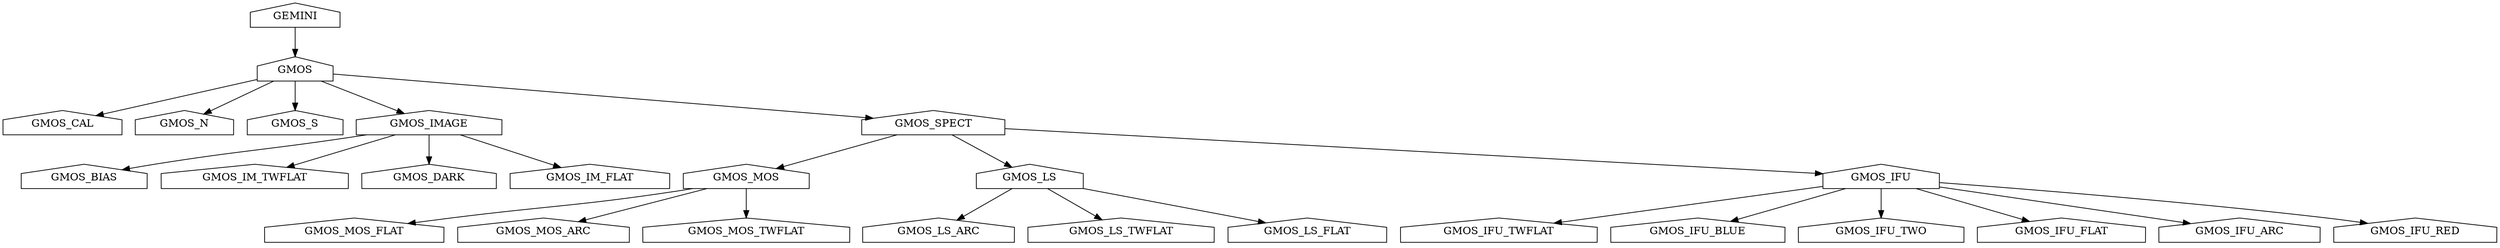
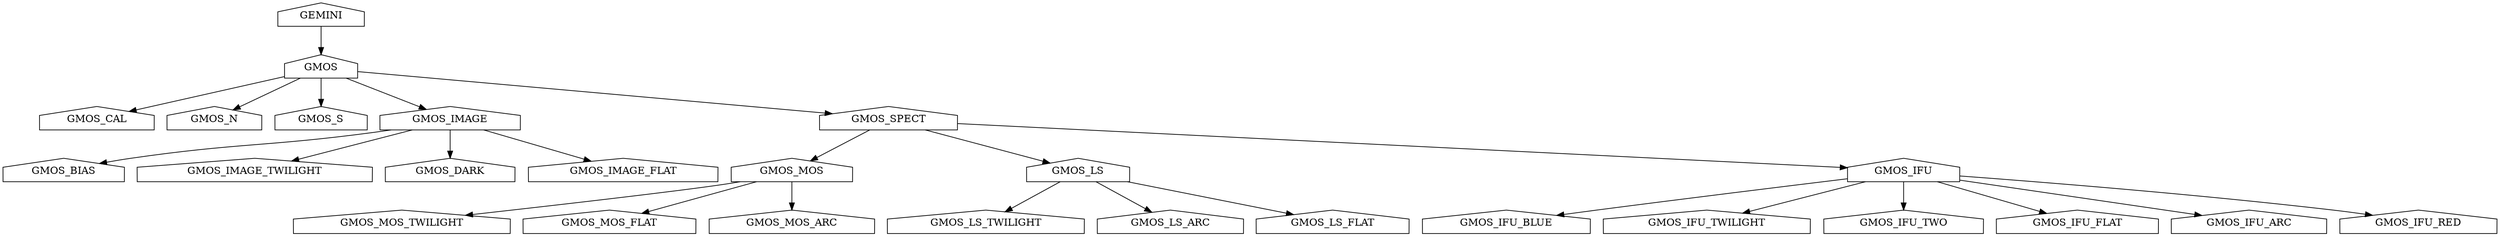
digraph GEMINI_Type_Graph {
	node [label="\N"];
- 	graph [bb="0,0,2778,324"];
- 	GMOS_IFU_TWFLAT [URL="GMOS-tree-pd.svg", shape=house, tooltip="ADCONFIG_Gemini/classifications/types/gmos/gemdtype.GMOS_IFU_TWFLAT.py", pos="1674,18", width="3.00", height="0.50"];
- 	GMOS [URL="GMOS-tree-pd.svg", shape=house, tooltip="ADCONFIG_Gemini/classifications/types/gmos/gemdtype.GMOS.py", pos="329,234", width="1.14", height="0.50"];
- 	GMOS_CAL [URL="GMOS-tree-pd.svg", shape=house, tooltip="ADCONFIG_Gemini/classifications/types/gmos/gemdtype.GMOS_CAL.py", pos="66,162", width="1.83", height="0.50"];
- 	GMOS_IFU_BLUE [URL="GMOS-tree-pd.svg", shape=house, tooltip="ADCONFIG_Gemini/classifications/types/gmos/gemdtype.GMOS_IFU_BLUE.py", pos="1894,18", width="2.61", height="0.50"];
- 	GMOS_BIAS [URL="GMOS-tree-pd.svg", shape=house, tooltip="ADCONFIG_Gemini/classifications/types/gmos/gemdtype.GMOS_BIAS.py", pos="92,90", width="1.92", height="0.50"];
- 	GMOS_MOS [URL="GMOS-tree-pd.svg", shape=house, tooltip="ADCONFIG_Gemini/classifications/types/gmos/gemdtype.GMOS_MOS.py", pos="832,90", width="1.92", height="0.50"];
- 	GEMINI [URL="GEMINI-tree-pd.svg", shape=house, tooltip="ADCONFIG_Gemini/classifications/types/gemdtype.GEMINI.py", pos="329,306", width="1.31", height="0.50"];
- 	GMOS_LS [URL="GMOS-tree-pd.svg", shape=house, tooltip="ADCONFIG_Gemini/classifications/types/gmos/gemdtype.GMOS_LS.py", pos="1150,90", width="1.61", height="0.50"];
- 	GMOS_IFU_TWO [URL="GMOS-tree-pd.svg", shape=house, tooltip="ADCONFIG_Gemini/classifications/types/gmos/gemdtype.GMOS_IFU_TWO.py", pos="2098,18", width="2.56", height="0.50"];
- 	GMOS_MOS_FLAT [URL="GMOS-tree-pd.svg", shape=house, tooltip="ADCONFIG_Gemini/classifications/types/gmos/gemdtype.GMOS_MOS_FLAT.py", pos="396,18", width="2.72", height="0.50"];
- 	GMOS_MOS_ARC [URL="GMOS-tree-pd.svg", shape=house, tooltip="ADCONFIG_Gemini/classifications/types/gmos/gemdtype.GMOS_MOS_ARC.py", pos="606,18", width="2.61", height="0.50"];
- 	GMOS_IFU_FLAT [URL="GMOS-tree-pd.svg", shape=house, tooltip="ADCONFIG_Gemini/classifications/types/gmos/gemdtype.GMOS_IFU_FLAT.py", pos="2299,18", width="2.53", height="0.50"];
- 	GMOS_MOS_TWFLAT [URL="GMOS-tree-pd.svg", shape=house, tooltip="ADCONFIG_Gemini/classifications/types/gmos/gemdtype.GMOS_MOS_TWFLAT.py", pos="832,18", width="3.17", height="0.50"];
- 	GMOS_LS_ARC [URL="GMOS-tree-pd.svg", shape=house, tooltip="ADCONFIG_Gemini/classifications/types/gmos/gemdtype.GMOS_LS_ARC.py", pos="1047,18", width="2.31", height="0.50"];
- 	GMOS_IM_TWFLAT [URL="GMOS-tree-pd.svg", shape=house, tooltip="ADCONFIG_Gemini/classifications/types/gmos/gemdtype.GMOS_IM_TWFLAT.py", pos="283,90", width="2.89", height="0.50"];
- 	GMOS_LS_TWFLAT [URL="GMOS-tree-pd.svg", shape=house, tooltip="ADCONFIG_Gemini/classifications/types/gmos/gemdtype.GMOS_LS_TWFLAT.py", pos="1252,18", width="2.89", height="0.50"];
- 	GMOS_N [URL="GMOS-tree-pd.svg", shape=house, tooltip="ADCONFIG_Gemini/classifications/types/gmos/gemdtype.GMOS_N.py", pos="204,162", width="1.50", height="0.50"];
- 	GMOS_LS_FLAT [URL="GMOS-tree-pd.svg", shape=house, tooltip="ADCONFIG_Gemini/classifications/types/gmos/gemdtype.GMOS_LS_FLAT.py", pos="1461,18", width="2.42", height="0.50"];
- 	GMOS_S [URL="GMOS-tree-pd.svg", shape=house, tooltip="ADCONFIG_Gemini/classifications/types/gmos/gemdtype.GMOS_S.py", pos="329,162", width="1.47", height="0.50"];
- 	GMOS_IMAGE [URL="GMOS-tree-pd.svg", shape=house, tooltip="ADCONFIG_Gemini/classifications/types/gmos/gemdtype.GMOS_IMAGE.py", pos="479,162", width="2.19", height="0.50"];
- 	GMOS_IFU_ARC [URL="GMOS-tree-pd.svg", shape=house, tooltip="ADCONFIG_Gemini/classifications/types/gmos/gemdtype.GMOS_IFU_ARC.py", pos="2495,18", width="2.42", height="0.50"];
- 	GMOS_IFU [URL="GMOS-tree-pd.svg", shape=house, tooltip="ADCONFIG_Gemini/classifications/types/gmos/gemdtype.GMOS_IFU.py", pos="2098,90", width="1.72", height="0.50"];
- 	GMOS_DARK [URL="GMOS-tree-pd.svg", shape=house, tooltip="ADCONFIG_Gemini/classifications/types/gmos/gemdtype.GMOS_DARK.py", pos="479,90", width="2.06", height="0.50"];
- 	GMOS_IFU_RED [URL="GMOS-tree-pd.svg", shape=house, tooltip="ADCONFIG_Gemini/classifications/types/gmos/gemdtype.GMOS_IFU_RED.py", pos="2689,18", width="2.47", height="0.50"];
- 	GMOS_SPECT [URL="GMOS-tree-pd.svg", shape=house, tooltip="ADCONFIG_Gemini/classifications/types/gmos/gemdtype.GMOS_SPECT.py", pos="1042,162", width="2.17", height="0.50"];
- 	GMOS_IM_FLAT [URL="GMOS-tree-pd.svg", shape=house, tooltip="ADCONFIG_Gemini/classifications/types/gmos/gemdtype.GMOS_IM_FLAT.py", pos="658,90", width="2.42", height="0.50"];
- 	GMOS_IMAGE -> GMOS_IM_FLAT [pos="e,625,103 515,147 544,135 585,119 615,107"];
- 	GMOS_MOS -> GMOS_MOS_ARC [pos="e,646,31 786,75 748,63 695,46 656,34"];
- 	GEMINI -> GMOS [pos="e,329,252 329,291 329,283 329,272 329,262"];
- 	GMOS_IFU -> GMOS_IFU_TWFLAT [pos="e,1738,29 2036,79 1959,66 1829,44 1748,31"];
- 	GMOS_LS -> GMOS_LS_ARC [pos="e,1068,33 1129,75 1114,65 1093,50 1076,39"];
- 	GMOS_MOS -> GMOS_MOS_FLAT [pos="e,457,28 771,75 765,74 760,73 754,72 643,51 614,53 503,36 491,34 479,32 467,30"];
- 	GMOS_IFU -> GMOS_IFU_RED [pos="e,2635,28 2160,84 2254,76 2436,58 2591,36 2602,34 2613,32 2625,30"];
- 	GMOS_LS -> GMOS_LS_FLAT [pos="e,1413,29 1208,77 1264,64 1347,44 1403,31"];
- 	GMOS_IFU -> GMOS_IFU_BLUE [pos="e,1931,31 2057,75 2023,63 1976,46 1941,34"];
- 	GMOS_IMAGE -> GMOS_BIAS [pos="e,135,100 409,147 403,146 397,145 391,144 294,126 268,127 170,108 162,107 153,105 145,102"];
- 	GMOS -> GMOS_IMAGE [pos="e,450,176 359,219 383,207 416,192 441,180"];
- 	GMOS -> GMOS_S [pos="e,329,180 329,219 329,211 329,200 329,190"];
- 	GMOS_LS -> GMOS_LS_TWFLAT [pos="e,1230,33 1171,75 1185,65 1205,51 1222,39"];
- 	GMOS_IFU -> GMOS_IFU_ARC [pos="e,2440,28 2160,79 2221,68 2316,51 2399,36 2409,34 2420,32 2430,30"];
- 	GMOS_SPECT -> GMOS_LS [pos="e,1129,104 1064,147 1080,136 1103,121 1121,109"];
- 	GMOS_SPECT -> GMOS_MOS [pos="e,867,102 1000,147 964,135 913,117 877,105"];
- 	GMOS -> GMOS_CAL [pos="e,105,173 288,223 241,210 165,189 115,176"];
- 	GMOS_IFU -> GMOS_IFU_TWO [pos="e,2098,36 2098,75 2098,67 2098,56 2098,46"];
- 	GMOS_MOS -> GMOS_MOS_TWFLAT [pos="e,832,36 832,75 832,67 832,56 832,46"];
- 	GMOS -> GMOS_SPECT [pos="e,973,169 370,230 485,218 812,186 963,170"];
- 	GMOS_IMAGE -> GMOS_DARK [pos="e,479,108 479,147 479,139 479,128 479,118"];
- 	GMOS_SPECT -> GMOS_IFU [pos="e,2036,94 1120,157 1317,143 1835,108 2026,95"];
- 	GMOS_IFU -> GMOS_IFU_FLAT [pos="e,2262,31 2139,75 2172,63 2218,46 2252,34"];
- 	GMOS_IMAGE -> GMOS_IM_TWFLAT [pos="e,320,104 439,147 407,135 363,119 330,107"];
- 	GMOS -> GMOS_N [pos="e,227,175 304,219 284,208 257,192 236,180"];
+ 	graph [bb="0,0,2877,324"];
+ 	GMOS [URL="GMOS-tree-pd.svg", shape=house, tooltip="ADCONFIG_Gemini/classifications/types/gmos/gemdtype.GMOS.py", pos="366,234", width="1.14", height="0.50"];
+ 	GMOS_CAL [URL="GMOS-tree-pd.svg", shape=house, tooltip="ADCONFIG_Gemini/classifications/types/gmos/gemdtype.GMOS_CAL.py", pos="103,162", width="1.83", height="0.50"];
+ 	GMOS_IFU_BLUE [URL="GMOS-tree-pd.svg", shape=house, tooltip="ADCONFIG_Gemini/classifications/types/gmos/gemdtype.GMOS_IFU_BLUE.py", pos="1739,18", width="2.61", height="0.50"];
+ 	GMOS_BIAS [URL="GMOS-tree-pd.svg", shape=house, tooltip="ADCONFIG_Gemini/classifications/types/gmos/gemdtype.GMOS_BIAS.py", pos="69,90", width="1.92", height="0.50"];
+ 	GMOS_MOS [URL="GMOS-tree-pd.svg", shape=house, tooltip="ADCONFIG_Gemini/classifications/types/gmos/gemdtype.GMOS_MOS.py", pos="911,90", width="1.92", height="0.50"];
+ 	GMOS_IFU_TWILIGHT [URL="GMOS-tree-pd.svg", shape=house, tooltip="ADCONFIG_Gemini/classifications/types/gmos/gemdtype.GMOS_IFU_TWILIGHT.py", pos="1969,18", width="3.28", height="0.50"];
+ 	GEMINI [URL="GEMINI-tree-pd.svg", shape=house, tooltip="ADCONFIG_Gemini/classifications/types/gemdtype.GEMINI.py", pos="366,306", width="1.31", height="0.50"];
+ 	GMOS_LS [URL="GMOS-tree-pd.svg", shape=house, tooltip="ADCONFIG_Gemini/classifications/types/gmos/gemdtype.GMOS_LS.py", pos="1245,90", width="1.61", height="0.50"];
+ 	GMOS_IFU_TWO [URL="GMOS-tree-pd.svg", shape=house, tooltip="ADCONFIG_Gemini/classifications/types/gmos/gemdtype.GMOS_IFU_TWO.py", pos="2197,18", width="2.56", height="0.50"];
+ 	GMOS_IFU_FLAT [URL="GMOS-tree-pd.svg", shape=house, tooltip="ADCONFIG_Gemini/classifications/types/gmos/gemdtype.GMOS_IFU_FLAT.py", pos="2398,18", width="2.53", height="0.50"];
+ 	GMOS_MOS_TWILIGHT [URL="GMOS-tree-pd.svg", shape=house, tooltip="ADCONFIG_Gemini/classifications/types/gmos/gemdtype.GMOS_MOS_TWILIGHT.py", pos="461,18", width="3.44", height="0.50"];
+ 	GMOS_MOS_FLAT [URL="GMOS-tree-pd.svg", shape=house, tooltip="ADCONFIG_Gemini/classifications/types/gmos/gemdtype.GMOS_MOS_FLAT.py", pos="701,18", width="2.72", height="0.50"];
+ 	GMOS_MOS_ARC [URL="GMOS-tree-pd.svg", shape=house, tooltip="ADCONFIG_Gemini/classifications/types/gmos/gemdtype.GMOS_MOS_ARC.py", pos="911,18", width="2.61", height="0.50"];
+ 	GMOS_IMAGE_TWILIGHT [URL="GMOS-tree-pd.svg", shape=house, tooltip="ADCONFIG_Gemini/classifications/types/gmos/gemdtype.GMOS_IMAGE_TWILIGHT.py", pos="290,90", width="3.72", height="0.50"];
+ 	GMOS_LS_TWILIGHT [URL="GMOS-tree-pd.svg", shape=house, tooltip="ADCONFIG_Gemini/classifications/types/gmos/gemdtype.GMOS_LS_TWILIGHT.py", pos="1137,18", width="3.17", height="0.50"];
+ 	GMOS_LS_ARC [URL="GMOS-tree-pd.svg", shape=house, tooltip="ADCONFIG_Gemini/classifications/types/gmos/gemdtype.GMOS_LS_ARC.py", pos="1352,18", width="2.31", height="0.50"];
+ 	GMOS_N [URL="GMOS-tree-pd.svg", shape=house, tooltip="ADCONFIG_Gemini/classifications/types/gmos/gemdtype.GMOS_N.py", pos="241,162", width="1.50", height="0.50"];
+ 	GMOS_LS_FLAT [URL="GMOS-tree-pd.svg", shape=house, tooltip="ADCONFIG_Gemini/classifications/types/gmos/gemdtype.GMOS_LS_FLAT.py", pos="1540,18", width="2.42", height="0.50"];
+ 	GMOS_S [URL="GMOS-tree-pd.svg", shape=house, tooltip="ADCONFIG_Gemini/classifications/types/gmos/gemdtype.GMOS_S.py", pos="366,162", width="1.47", height="0.50"];
+ 	GMOS_IMAGE [URL="GMOS-tree-pd.svg", shape=house, tooltip="ADCONFIG_Gemini/classifications/types/gmos/gemdtype.GMOS_IMAGE.py", pos="516,162", width="2.19", height="0.50"];
+ 	GMOS_IFU_ARC [URL="GMOS-tree-pd.svg", shape=house, tooltip="ADCONFIG_Gemini/classifications/types/gmos/gemdtype.GMOS_IFU_ARC.py", pos="2594,18", width="2.42", height="0.50"];
+ 	GMOS_IFU [URL="GMOS-tree-pd.svg", shape=house, tooltip="ADCONFIG_Gemini/classifications/types/gmos/gemdtype.GMOS_IFU.py", pos="2197,90", width="1.72", height="0.50"];
+ 	GMOS_DARK [URL="GMOS-tree-pd.svg", shape=house, tooltip="ADCONFIG_Gemini/classifications/types/gmos/gemdtype.GMOS_DARK.py", pos="516,90", width="2.06", height="0.50"];
+ 	GMOS_IMAGE_FLAT [URL="GMOS-tree-pd.svg", shape=house, tooltip="ADCONFIG_Gemini/classifications/types/gmos/gemdtype.GMOS_IMAGE_FLAT.py", pos="716,90", width="3.00", height="0.50"];
+ 	GMOS_SPECT [URL="GMOS-tree-pd.svg", shape=house, tooltip="ADCONFIG_Gemini/classifications/types/gmos/gemdtype.GMOS_SPECT.py", pos="1131,162", width="2.17", height="0.50"];
+ 	GMOS_IFU_RED [URL="GMOS-tree-pd.svg", shape=house, tooltip="ADCONFIG_Gemini/classifications/types/gmos/gemdtype.GMOS_IFU_RED.py", pos="2788,18", width="2.47", height="0.50"];
+ 	GMOS_MOS -> GMOS_MOS_ARC [pos="e,911,36 911,75 911,67 911,56 911,46"];
+ 	GMOS -> GMOS_SPECT [pos="e,1060,169 407,230 528,218 887,184 1050,170"];
+ 	GEMINI -> GMOS [pos="e,366,252 366,291 366,283 366,272 366,262"];
+ 	GMOS_LS -> GMOS_LS_ARC [pos="e,1330,33 1267,75 1282,65 1303,50 1321,39"];
+ 	GMOS_IFU -> GMOS_IFU_ARC [pos="e,2539,28 2259,79 2320,68 2415,51 2498,36 2508,34 2519,32 2529,30"];
+ 	GMOS_IFU -> GMOS_IFU_RED [pos="e,2734,28 2259,84 2353,76 2535,58 2690,36 2701,34 2712,32 2724,30"];
+ 	GMOS_LS -> GMOS_LS_TWILIGHT [pos="e,1161,34 1223,75 1208,65 1187,51 1169,40"];
+ 	GMOS_LS -> GMOS_LS_FLAT [pos="e,1493,29 1303,76 1356,63 1432,44 1483,32"];
+ 	GMOS_IFU -> GMOS_IFU_BLUE [pos="e,1798,28 2135,81 2064,70 1944,52 1842,36 1831,34 1819,32 1808,30"];
+ 	GMOS_IMAGE -> GMOS_BIAS [pos="e,112,100 448,147 441,146 434,145 428,144 303,123 270,130 147,108 139,107 130,105 122,103"];
+ 	GMOS_MOS -> GMOS_MOS_TWILIGHT [pos="e,538,28 850,75 844,74 839,73 833,72 779,61 641,42 548,29"];
+ 	GMOS -> GMOS_IMAGE [pos="e,487,176 396,219 420,207 453,192 478,180"];
+ 	GMOS_IMAGE -> GMOS_IMAGE_TWILIGHT [pos="e,334,104 470,147 433,135 382,119 344,107"];
+ 	GMOS -> GMOS_S [pos="e,366,180 366,219 366,211 366,200 366,190"];
+ 	GMOS_IMAGE -> GMOS_IMAGE_FLAT [pos="e,678,104 556,147 589,135 634,119 668,107"];
+ 	GMOS_MOS -> GMOS_MOS_FLAT [pos="e,740,31 869,75 834,63 785,47 750,34"];
+ 	GMOS_SPECT -> GMOS_LS [pos="e,1223,103 1154,147 1171,136 1196,121 1215,109"];
+ 	GMOS_SPECT -> GMOS_MOS [pos="e,947,102 1086,147 1048,135 995,117 957,105"];
+ 	GMOS -> GMOS_CAL [pos="e,142,173 325,223 278,210 202,189 152,176"];
+ 	GMOS_IFU -> GMOS_IFU_TWO [pos="e,2197,36 2197,75 2197,67 2197,56 2197,46"];
+ 	GMOS_IFU -> GMOS_IFU_TWILIGHT [pos="e,2012,32 2151,75 2113,63 2061,47 2022,35"];
+ 	GMOS_IMAGE -> GMOS_DARK [pos="e,516,108 516,147 516,139 516,128 516,118"];
+ 	GMOS_SPECT -> GMOS_IFU [pos="e,2135,94 1209,157 1408,143 1932,108 2125,95"];
+ 	GMOS_IFU -> GMOS_IFU_FLAT [pos="e,2361,31 2238,75 2271,63 2317,46 2351,34"];
+ 	GMOS -> GMOS_N [pos="e,264,175 341,219 321,208 294,192 273,180"];
}
